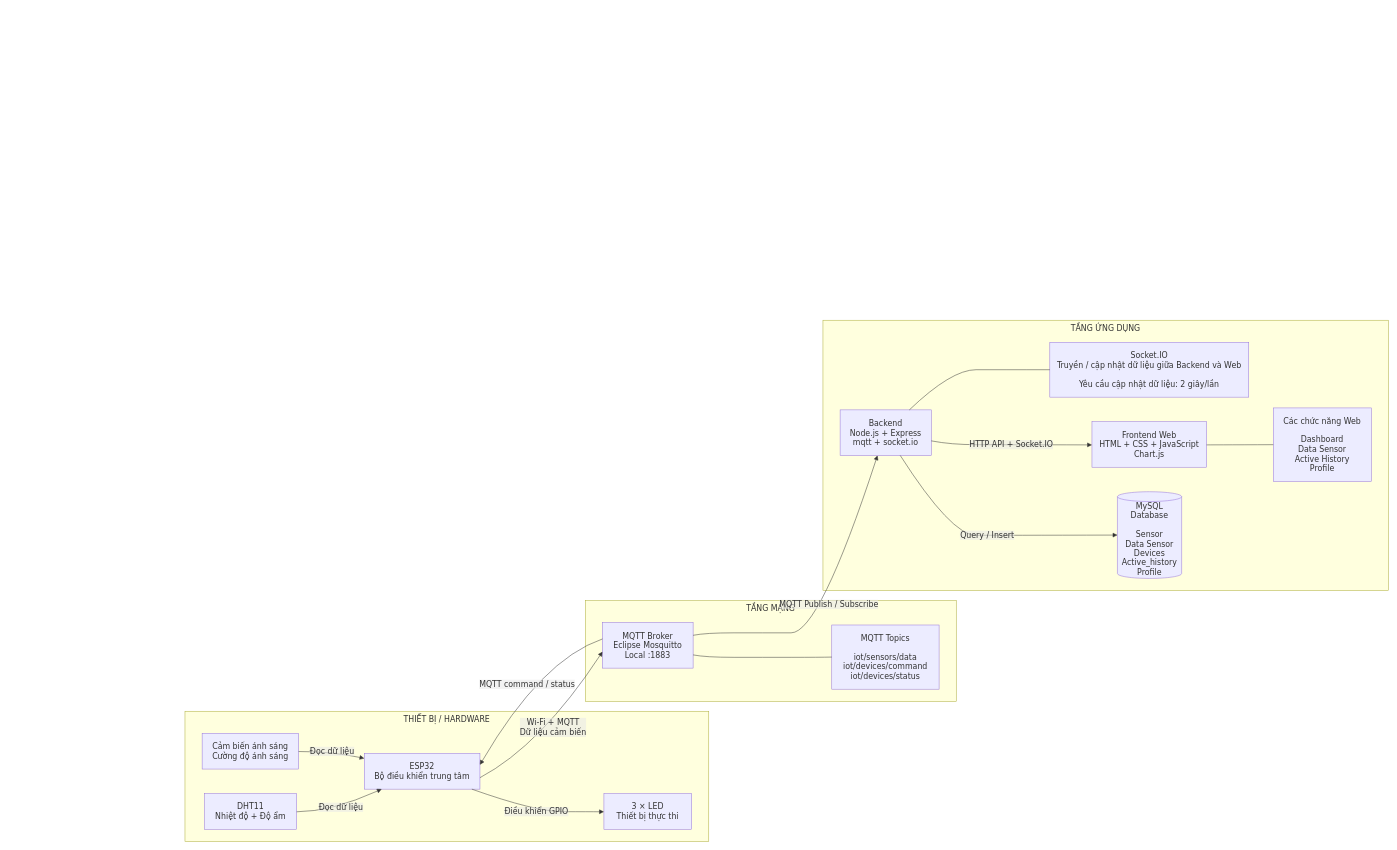
The draw.io diagram doc/drawio/Architecture Diagram.drawio in duongakrapovic/IOT-esp32, before the edit. Source tidied: cells renumbered, new cells numbered last; positions are measured from the earlier drawing's top-left corner, leaving out a move shared by most shapes. Both pictures are drawn from the tidied source at 49%, with x=0, y=0 at pixel (185, 320).
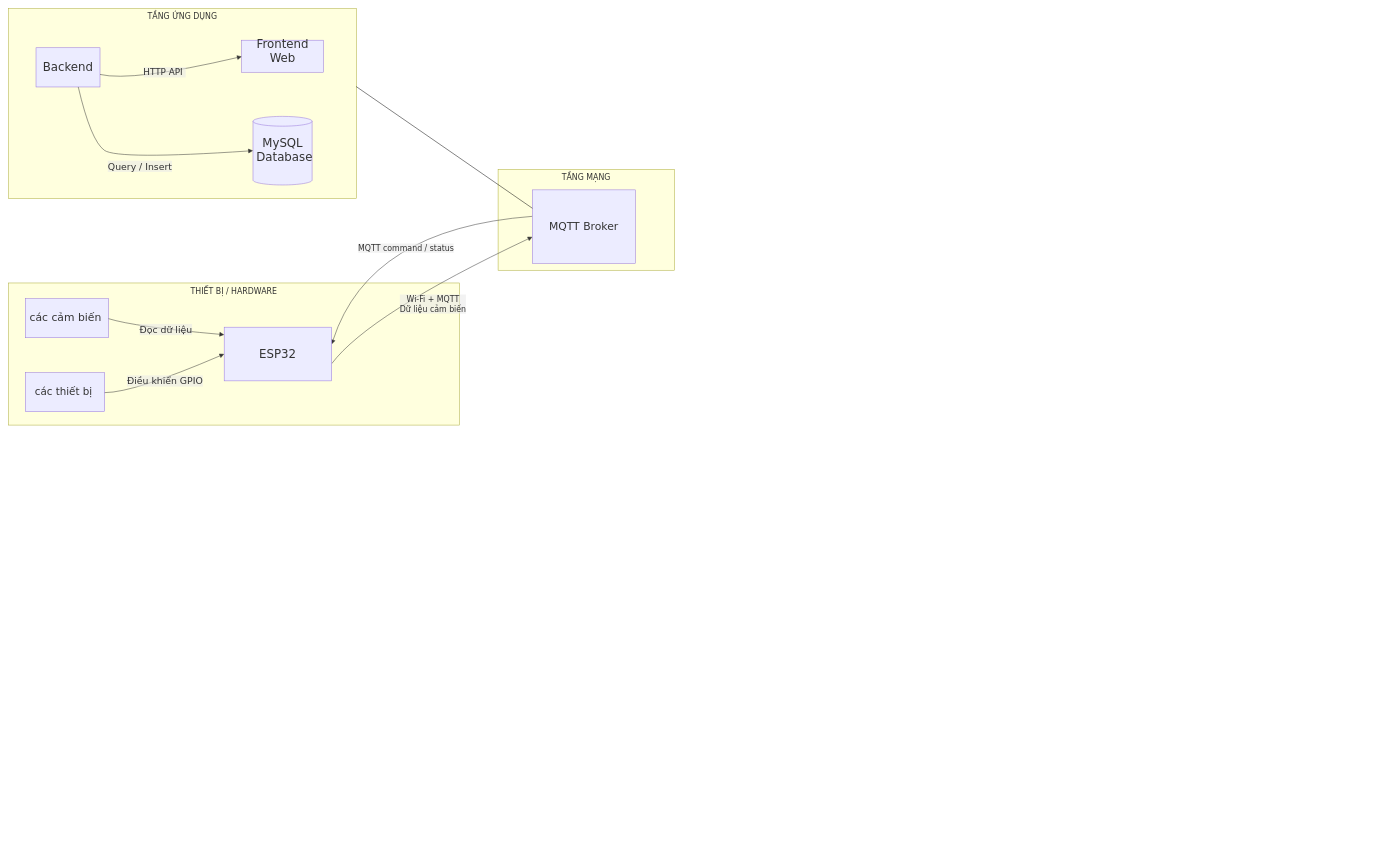
The same diagram, later.

Unchanged cells that the change refers to:
```xml
<mxCell id="2" style="group;transparentBounds=1;editIcon=1;lockedGroup=0;groupPadding=10;" parent="1" vertex="1">
  <mxGeometry x="600" y="524" as="geometry" />
</mxCell>
```

What changed in the source:
```diff
@@
     <mxCell id="3" value="THIẾT BỊ / HARDWARE" style="html=1;whiteSpace=wrap;strokeWidth=1;verticalAlign=top;fillColor=light-dark(#ffffde,#1f2020);strokeColor=light-dark(#aaaa33,#cccccc);fontColor=light-dark(#333333,#cccccc);fontFamily=Trebuchet MS,Verdana,Arial,sans-serif;fontSize=16;" parent="2" vertex="1">
-      <mxGeometry x="-600" y="274" width="1069" height="266" as="geometry" />
+      <mxGeometry x="-960" y="-600" width="920" height="290" as="geometry" />
     </mxCell>
-    <mxCell id="4" value="DHT11&#10;Nhiệt độ + Độ ẩm" style="html=1;whiteSpace=wrap;strokeWidth=1;fillColor=light-dark(#ECECFF,#1f2020);strokeColor=light-dark(#9370DB,#cccccc);fontColor=light-dark(#333333,#cccccc);fontFamily=Trebuchet MS,Verdana,Arial,sans-serif;fontSize=16;" parent="3" vertex="1">
-      <mxGeometry x="40" y="168" width="188" height="73" as="geometry" />
-    </mxCell>
-    <mxCell id="5" value="Cảm biến ánh sáng&#10;Cường độ ánh sáng" style="html=1;whiteSpace=wrap;strokeWidth=1;fillColor=light-dark(#ECECFF,#1f2020);strokeColor=light-dark(#9370DB,#cccccc);fontColor=light-dark(#333333,#cccccc);fontFamily=Trebuchet MS,Verdana,Arial,sans-serif;fontSize=16;" parent="3" vertex="1">
-      <mxGeometry x="35" y="45" width="197" height="73" as="geometry" />
-    </mxCell>
-    <mxCell id="6" value="ESP32&#10;Bộ điều khiển trung tâm" style="html=1;whiteSpace=wrap;strokeWidth=1;fillColor=light-dark(#ECECFF,#1f2020);strokeColor=light-dark(#9370DB,#cccccc);fontColor=light-dark(#333333,#cccccc);fontFamily=Trebuchet MS,Verdana,Arial,sans-serif;fontSize=16;" parent="3" vertex="1">
-      <mxGeometry x="366" y="86" width="236" height="73" as="geometry" />
-    </mxCell>
-    <mxCell id="7" value="3 × LED&#10;Thiết bị thực thi" style="html=1;whiteSpace=wrap;strokeWidth=1;fillColor=light-dark(#ECECFF,#1f2020);strokeColor=light-dark(#9370DB,#cccccc);fontColor=light-dark(#333333,#cccccc);fontFamily=Trebuchet MS,Verdana,Arial,sans-serif;fontSize=16;" parent="3" vertex="1">
-      <mxGeometry x="855" y="168" width="179" height="73" as="geometry" />
-    </mxCell>
-    <mxCell id="8" value="Đọc dữ liệu" style="curved=1;startArrow=none;endArrow=block;endSize=7;strokeColor=light-dark(#333333,#cccccc);html=1;fontSize=16;labelBackgroundColor=light-dark(#E8E8E88D,#2a2a2a8D);fontFamily=Trebuchet MS,Verdana,Arial,sans-serif;fontColor=light-dark(#333333,#cccccc);exitX=1;exitY=0.51;entryX=0.15;entryY=1;rounded=0;" parent="3" edge="1" source="4" target="6">
-      <mxGeometry relative="1" as="geometry">
-        <Array as="points">
-          <mxPoint x="299" y="205" />
-        </Array>
-      </mxGeometry>
-    </mxCell>
-    <mxCell id="9" value="Đọc dữ liệu" style="curved=1;startArrow=none;endArrow=block;endSize=7;strokeColor=light-dark(#333333,#cccccc);html=1;fontSize=16;labelBackgroundColor=light-dark(#E8E8E88D,#2a2a2a8D);fontFamily=Trebuchet MS,Verdana,Arial,sans-serif;fontColor=light-dark(#333333,#cccccc);exitX=1;exitY=0.51;entryX=0;entryY=0.14;rounded=0;" parent="3" edge="1" source="5" target="6">
-      <mxGeometry relative="1" as="geometry">
-        <Array as="points">
-          <mxPoint x="299" y="82" />
-        </Array>
-      </mxGeometry>
-    </mxCell>
-    <mxCell id="10" value="Điều khiển GPIO" style="curved=1;startArrow=none;endArrow=block;endSize=7;strokeColor=light-dark(#333333,#cccccc);html=1;fontSize=16;labelBackgroundColor=light-dark(#E8E8E88D,#2a2a2a8D);fontFamily=Trebuchet MS,Verdana,Arial,sans-serif;fontColor=light-dark(#333333,#cccccc);exitX=0.93;exitY=1;entryX=0;entryY=0.51;rounded=0;" parent="3" edge="1" source="6" target="7">
-      <mxGeometry relative="1" as="geometry">
-        <Array as="points">
-          <mxPoint x="715" y="205" />
-          <mxPoint x="827" y="205" />
-        </Array>
-      </mxGeometry>
-    </mxCell>
+    <mxCell id="28" value="&lt;font style=&quot;font-size: 21px;&quot;&gt;các thiết bị&lt;/font&gt;&amp;nbsp;" style="html=1;whiteSpace=wrap;strokeWidth=1;fillColor=light-dark(#ECECFF,#1f2020);strokeColor=light-dark(#9370DB,#cccccc);fontColor=light-dark(#333333,#cccccc);fontFamily=Trebuchet MS,Verdana,Arial,sans-serif;fontSize=16;" parent="3" vertex="1">
+      <mxGeometry x="34.4" y="183.2" width="161.8" height="79.6" as="geometry" />
+    </mxCell>
+    <mxCell id="29" value="&lt;font style=&quot;font-size: 22px;&quot;&gt;các cảm biến&lt;/font&gt;&amp;nbsp;" style="html=1;whiteSpace=wrap;strokeWidth=1;fillColor=light-dark(#ECECFF,#1f2020);strokeColor=light-dark(#9370DB,#cccccc);fontColor=light-dark(#333333,#cccccc);fontFamily=Trebuchet MS,Verdana,Arial,sans-serif;fontSize=16;" parent="3" vertex="1">
+      <mxGeometry x="34.4" y="32.2" width="169.5" height="79.6" as="geometry" />
+    </mxCell>
     <mxCell id="11" value="TẦNG MẠNG" style="html=1;whiteSpace=wrap;strokeWidth=1;verticalAlign=top;fillColor=light-dark(#ffffde,#1f2020);strokeColor=light-dark(#aaaa33,#cccccc);fontColor=light-dark(#333333,#cccccc);fontFamily=Trebuchet MS,Verdana,Arial,sans-serif;fontSize=16;" parent="2" vertex="1">
-      <mxGeometry x="217" y="48" width="757" height="206" as="geometry" />
+      <mxGeometry x="39" y="-832" width="360" height="206" as="geometry" />
     </mxCell>
-    <mxCell id="12" value="MQTT Broker&#10;Eclipse Mosquitto&#10;Local :1883" style="html=1;whiteSpace=wrap;strokeWidth=1;fillColor=light-dark(#ECECFF,#1f2020);strokeColor=light-dark(#9370DB,#cccccc);fontColor=light-dark(#333333,#cccccc);fontFamily=Trebuchet MS,Verdana,Arial,sans-serif;fontSize=16;" parent="11" vertex="1">
-      <mxGeometry x="35" y="45" width="185" height="93" as="geometry" />
-    </mxCell>
-    <mxCell id="13" value="MQTT Topics&#10;&#10;iot/sensors/data&#10;iot/devices/command&#10;iot/devices/status" style="html=1;whiteSpace=wrap;strokeWidth=1;fillColor=light-dark(#ECECFF,#1f2020);strokeColor=light-dark(#9370DB,#cccccc);fontColor=light-dark(#333333,#cccccc);fontFamily=Trebuchet MS,Verdana,Arial,sans-serif;fontSize=16;" parent="11" vertex="1">
-      <mxGeometry x="503" y="50" width="219" height="131" as="geometry" />
-    </mxCell>
-    <mxCell id="14" style="curved=1;startArrow=none;endArrow=none;strokeColor=light-dark(#333333,#cccccc);exitX=1;exitY=0.71;entryX=0;entryY=0.5;rounded=0;" parent="11" edge="1" source="12" target="13">
-      <mxGeometry relative="1" as="geometry">
-        <Array as="points">
-          <mxPoint x="245" y="116" />
-          <mxPoint x="362" y="116" />
-          <mxPoint x="478" y="116" />
-        </Array>
-      </mxGeometry>
-    </mxCell>
     <mxCell id="15" value="TẦNG ỨNG DỤNG" style="html=1;whiteSpace=wrap;strokeWidth=1;verticalAlign=top;fillColor=light-dark(#ffffde,#1f2020);strokeColor=light-dark(#aaaa33,#cccccc);fontColor=light-dark(#333333,#cccccc);fontFamily=Trebuchet MS,Verdana,Arial,sans-serif;fontSize=16;" parent="2" vertex="1">
-      <mxGeometry x="702" y="-524" width="1154" height="552" as="geometry" />
+      <mxGeometry x="-960" y="-1160" width="710" height="388" as="geometry" />
     </mxCell>
-    <mxCell id="16" value="Backend&#10;Node.js + Express&#10;mqtt + socket.io" style="html=1;whiteSpace=wrap;strokeWidth=1;fillColor=light-dark(#ECECFF,#1f2020);strokeColor=light-dark(#9370DB,#cccccc);fontColor=light-dark(#333333,#cccccc);fontFamily=Trebuchet MS,Verdana,Arial,sans-serif;fontSize=16;" parent="15" vertex="1">
-      <mxGeometry x="35" y="183" width="186" height="93" as="geometry" />
-    </mxCell>
-    <mxCell id="17" value="MySQL Database&#10;&#10;Sensor&#10;Data Sensor&#10;Devices&#10;Active_history&#10;Profile" style="html=1;shape=cylinder3;boundedLbl=1;backgroundOutline=1;size=10;strokeWidth=1;whiteSpace=wrap;fillColor=light-dark(#ECECFF,#1f2020);strokeColor=light-dark(#9370DB,#cccccc);fontColor=light-dark(#333333,#cccccc);fontFamily=Trebuchet MS,Verdana,Arial,sans-serif;fontSize=16;" parent="15" vertex="1">
-      <mxGeometry x="601" y="350" width="131" height="177" as="geometry" />
-    </mxCell>
-    <mxCell id="18" value="Frontend Web&#10;HTML + CSS + JavaScript&#10;Chart.js" style="html=1;whiteSpace=wrap;strokeWidth=1;fillColor=light-dark(#ECECFF,#1f2020);strokeColor=light-dark(#9370DB,#cccccc);fontColor=light-dark(#333333,#cccccc);fontFamily=Trebuchet MS,Verdana,Arial,sans-serif;fontSize=16;" parent="15" vertex="1">
-      <mxGeometry x="549" y="207" width="234" height="93" as="geometry" />
-    </mxCell>
-    <mxCell id="19" value="Các chức năng Web&#10;&#10;Dashboard&#10;Data Sensor&#10;Active History&#10;Profile" style="html=1;whiteSpace=wrap;strokeWidth=1;fillColor=light-dark(#ECECFF,#1f2020);strokeColor=light-dark(#9370DB,#cccccc);fontColor=light-dark(#333333,#cccccc);fontFamily=Trebuchet MS,Verdana,Arial,sans-serif;fontSize=16;" parent="15" vertex="1">
-      <mxGeometry x="919" y="179" width="200" height="150" as="geometry" />
-    </mxCell>
-    <mxCell id="20" value="Socket.IO&#10;Truyền / cập nhật dữ liệu giữa Backend và Web&#10;&#10;Yêu cầu cập nhật dữ liệu: 2 giây/lần" style="html=1;whiteSpace=wrap;strokeWidth=1;fillColor=light-dark(#ECECFF,#1f2020);strokeColor=light-dark(#9370DB,#cccccc);fontColor=light-dark(#333333,#cccccc);fontFamily=Trebuchet MS,Verdana,Arial,sans-serif;fontSize=16;" parent="15" vertex="1">
-      <mxGeometry x="463" y="45" width="406" height="112" as="geometry" />
-    </mxCell>
-    <mxCell id="21" style="curved=1;startArrow=none;endArrow=none;strokeColor=light-dark(#333333,#cccccc);exitX=1;exitY=0.51;entryX=0;entryY=0.5;rounded=0;" parent="15" edge="1" source="18" target="19">
-      <mxGeometry relative="1" as="geometry" />
-    </mxCell>
-    <mxCell id="22" style="curved=1;startArrow=none;endArrow=none;strokeColor=light-dark(#333333,#cccccc);exitX=0.76;exitY=0;entryX=0;entryY=0.5;rounded=0;" parent="15" edge="1" source="16" target="20">
-      <mxGeometry relative="1" as="geometry">
-        <Array as="points">
-          <mxPoint x="262" y="101" />
-          <mxPoint x="363" y="101" />
-        </Array>
-      </mxGeometry>
-    </mxCell>
+    <mxCell id="30" value="&lt;font style=&quot;font-size: 24px;&quot;&gt;Backend&lt;/font&gt;" style="html=1;whiteSpace=wrap;strokeWidth=1;fillColor=light-dark(#ECECFF,#1f2020);strokeColor=light-dark(#9370DB,#cccccc);fontColor=light-dark(#333333,#cccccc);fontFamily=Trebuchet MS,Verdana,Arial,sans-serif;fontSize=16;" parent="15" vertex="1">
+      <mxGeometry x="56" y="80" width="130.6" height="80" as="geometry" />
+    </mxCell>
+    <mxCell id="31" value="&lt;font style=&quot;font-size: 24px;&quot;&gt;MySQL&lt;/font&gt;&lt;div&gt;&lt;font style=&quot;font-size: 24px;&quot;&gt;&amp;nbsp;Database&lt;/font&gt;&lt;br&gt;&lt;div&gt;&lt;br&gt;&lt;/div&gt;&lt;/div&gt;" style="html=1;shape=cylinder3;boundedLbl=1;backgroundOutline=1;size=10;strokeWidth=1;whiteSpace=wrap;fillColor=light-dark(#ECECFF,#1f2020);strokeColor=light-dark(#9370DB,#cccccc);fontColor=light-dark(#333333,#cccccc);fontFamily=Trebuchet MS,Verdana,Arial,sans-serif;fontSize=16;" parent="15" vertex="1">
+      <mxGeometry x="498.8" y="220" width="120.7" height="140" as="geometry" />
+    </mxCell>
+    <mxCell id="32" value="&lt;font style=&quot;font-size: 24px;&quot;&gt;Frontend Web&lt;/font&gt;&lt;div&gt;&lt;br&gt;&lt;/div&gt;" style="html=1;whiteSpace=wrap;strokeWidth=1;fillColor=light-dark(#ECECFF,#1f2020);strokeColor=light-dark(#9370DB,#cccccc);fontColor=light-dark(#333333,#cccccc);fontFamily=Trebuchet MS,Verdana,Arial,sans-serif;fontSize=16;" parent="15" vertex="1">
+      <mxGeometry x="475.8" y="64.5" width="166.7" height="65.4" as="geometry" />
+    </mxCell>
-    <mxCell id="23" value="Query / Insert" style="curved=1;startArrow=none;endArrow=block;endSize=7;strokeColor=light-dark(#333333,#cccccc);html=1;fontSize=16;labelBackgroundColor=light-dark(#E8E8E88D,#2a2a2a8D);fontFamily=Trebuchet MS,Verdana,Arial,sans-serif;fontColor=light-dark(#333333,#cccccc);exitX=0.66;exitY=1;entryX=0;entryY=0.5;rounded=0;" parent="15" edge="1" source="16" target="17">
-      <mxGeometry relative="1" as="geometry">
+    <mxCell id="23" value="&lt;font style=&quot;font-size: 19px;&quot;&gt;Query / Insert&lt;/font&gt;" style="curved=1;startArrow=none;endArrow=block;endSize=7;strokeColor=light-dark(#333333,#cccccc);html=1;fontSize=16;labelBackgroundColor=light-dark(#E8E8E88D,#2a2a2a8D);fontFamily=Trebuchet MS,Verdana,Arial,sans-serif;fontColor=light-dark(#333333,#cccccc);exitX=0.66;exitY=1;entryX=0;entryY=0.5;rounded=0;" parent="15" edge="1" source="30" target="31">
+      <mxGeometry x="-0.02" y="-16" relative="1" as="geometry">
         <Array as="points">
-          <mxPoint x="262" y="439" />
-          <mxPoint x="363" y="439" />
+          <mxPoint x="167.9" y="270" />
+          <mxPoint x="223.3" y="308.6" />
         </Array>
       </mxGeometry>
     </mxCell>
-    <mxCell id="24" value="HTTP API + Socket.IO" style="curved=1;startArrow=none;endArrow=block;endSize=7;strokeColor=light-dark(#333333,#cccccc);html=1;fontSize=16;labelBackgroundColor=light-dark(#E8E8E88D,#2a2a2a8D);fontFamily=Trebuchet MS,Verdana,Arial,sans-serif;fontColor=light-dark(#333333,#cccccc);exitX=1;exitY=0.68;entryX=0;entryY=0.51;rounded=0;" parent="15" edge="1" source="16" target="18">
-      <mxGeometry relative="1" as="geometry">
-        <Array as="points">
-          <mxPoint x="262" y="254" />
-          <mxPoint x="363" y="254" />
-        </Array>
-      </mxGeometry>
-    </mxCell>
+    <mxCell id="33" value="&lt;font style=&quot;font-size: 18px;&quot;&gt;HTTP API&amp;nbsp;&lt;/font&gt;" style="curved=1;startArrow=none;endArrow=block;endSize=7;strokeColor=light-dark(#333333,#cccccc);html=1;fontSize=16;labelBackgroundColor=light-dark(#E8E8E88D,#2a2a2a8D);fontFamily=Trebuchet MS,Verdana,Arial,sans-serif;fontColor=light-dark(#333333,#cccccc);exitX=1;exitY=0.68;entryX=0;entryY=0.51;rounded=0;" parent="15" edge="1" source="30" target="32">
+      <mxGeometry x="-0.09" y="5" relative="1" as="geometry">
+        <Array as="points">
+          <mxPoint x="251.9" y="150" />
+        </Array>
+        <mxPoint x="1" as="offset" />
+      </mxGeometry>
+    </mxCell>
-    <mxCell id="25" value="Wi-Fi + MQTT&#10;Dữ liệu cảm biến" style="curved=1;startArrow=none;endArrow=block;endSize=7;strokeColor=light-dark(#333333,#cccccc);html=1;fontSize=16;labelBackgroundColor=light-dark(#E8E8E88D,#2a2a2a8D);fontFamily=Trebuchet MS,Verdana,Arial,sans-serif;fontColor=light-dark(#333333,#cccccc);exitX=1;exitY=0.68;entryX=0;entryY=0.64;rounded=0;" parent="2" edge="1" source="6" target="12">
-      <mxGeometry relative="1" as="geometry">
+    <mxCell id="25" value="Wi-Fi + MQTT&#10;Dữ liệu cảm biến" style="curved=1;startArrow=none;endArrow=block;endSize=7;strokeColor=light-dark(#333333,#cccccc);html=1;fontSize=16;labelBackgroundColor=light-dark(#E8E8E88D,#2a2a2a8D);fontFamily=Trebuchet MS,Verdana,Arial,sans-serif;fontColor=light-dark(#333333,#cccccc);exitX=1;exitY=0.68;entryX=0;entryY=0.64;rounded=0;" parent="2" edge="1" source="36" target="34">
+      <mxGeometry x="0.02" y="-37" relative="1" as="geometry">
         <Array as="points">
-          <mxPoint x="127" y="343" />
+          <mxPoint x="-224" y="-537" />
         </Array>
+        <mxPoint x="1" as="offset" />
       </mxGeometry>
     </mxCell>
-    <mxCell id="26" value="MQTT command / status" style="curved=1;startArrow=none;endArrow=block;endSize=7;strokeColor=light-dark(#333333,#cccccc);html=1;fontSize=16;labelBackgroundColor=light-dark(#E8E8E88D,#2a2a2a8D);fontFamily=Trebuchet MS,Verdana,Arial,sans-serif;fontColor=light-dark(#333333,#cccccc);exitX=0;exitY=0.36;entryX=1;entryY=0.32;rounded=0;" parent="2" edge="1" source="12" target="6">
-      <mxGeometry relative="1" as="geometry">
+    <mxCell id="26" value="MQTT command / status" style="curved=1;startArrow=none;endArrow=block;endSize=7;strokeColor=light-dark(#333333,#cccccc);html=1;fontSize=16;labelBackgroundColor=light-dark(#E8E8E88D,#2a2a2a8D);fontFamily=Trebuchet MS,Verdana,Arial,sans-serif;fontColor=light-dark(#333333,#cccccc);exitX=0;exitY=0.36;entryX=1;entryY=0.32;rounded=0;" parent="2" edge="1" source="34" target="36">
+      <mxGeometry x="-0.1" y="46" relative="1" as="geometry">
         <Array as="points">
-          <mxPoint x="127" y="169" />
+          <mxPoint x="-224" y="-711" />
         </Array>
       </mxGeometry>
     </mxCell>
-    <mxCell id="27" value="MQTT Publish / Subscribe" style="curved=1;startArrow=none;endArrow=block;endSize=7;strokeColor=light-dark(#333333,#cccccc);html=1;fontSize=16;labelBackgroundColor=light-dark(#E8E8E88D,#2a2a2a8D);fontFamily=Trebuchet MS,Verdana,Arial,sans-serif;fontColor=light-dark(#333333,#cccccc);exitX=1;exitY=0.28;entryX=0.41;entryY=1;rounded=0;" parent="2" edge="1" source="12" target="16">
-      <mxGeometry relative="1" as="geometry">
-        <Array as="points">
-          <mxPoint x="462" y="114" />
-          <mxPoint x="579" y="114" />
-          <mxPoint x="695" y="114" />
-        </Array>
-      </mxGeometry>
-    </mxCell>
+    <mxCell id="34" value="&lt;font style=&quot;font-size: 22px;&quot;&gt;MQTT Broker&lt;br&gt;&lt;/font&gt;" style="html=1;whiteSpace=wrap;strokeWidth=1;fillColor=light-dark(#ECECFF,#1f2020);strokeColor=light-dark(#9370DB,#cccccc);fontColor=light-dark(#333333,#cccccc);fontFamily=Trebuchet MS,Verdana,Arial,sans-serif;fontSize=16;" parent="2" vertex="1">
+      <mxGeometry x="109" y="-790" width="210" height="150" as="geometry" />
+    </mxCell>
+    <mxCell id="35" style="endArrow=none;html=1;rounded=0;entryX=0.999;entryY=0.41;entryDx=0;entryDy=0;entryPerimeter=0;exitX=0;exitY=0.25;exitDx=0;exitDy=0;" parent="2" edge="1" source="34" target="15">
+      <mxGeometry relative="1" as="geometry" />
+    </mxCell>
+    <mxCell id="36" value="&lt;font style=&quot;&quot;&gt;&lt;font style=&quot;font-size: 24px;&quot;&gt;ESP32&lt;/font&gt;&lt;br&gt;&lt;/font&gt;" style="html=1;whiteSpace=wrap;strokeWidth=1;fillColor=light-dark(#ECECFF,#1f2020);strokeColor=light-dark(#9370DB,#cccccc);fontColor=light-dark(#333333,#cccccc);fontFamily=Trebuchet MS,Verdana,Arial,sans-serif;fontSize=16;" parent="2" vertex="1">
+      <mxGeometry x="-520" y="-509.8" width="219.4" height="109.6" as="geometry" />
+    </mxCell>
+    <mxCell id="37" value="&lt;font style=&quot;font-size: 19px;&quot;&gt;Đọc dữ liệu&lt;/font&gt;" style="curved=1;startArrow=none;endArrow=block;endSize=7;strokeColor=light-dark(#333333,#cccccc);html=1;fontSize=16;labelBackgroundColor=light-dark(#E8E8E88D,#2a2a2a8D);fontFamily=Trebuchet MS,Verdana,Arial,sans-serif;fontColor=light-dark(#333333,#cccccc);exitX=1;exitY=0.51;entryX=0;entryY=0.14;rounded=0;" parent="2" edge="1" source="29" target="36">
+      <mxGeometry relative="1" as="geometry">
+        <Array as="points">
+          <mxPoint x="-702.7" y="-510.6" />
+        </Array>
+      </mxGeometry>
+    </mxCell>
+    <mxCell id="10" value="&lt;font style=&quot;font-size: 19px;&quot;&gt;Điều khiển GPIO&lt;/font&gt;" style="curved=1;startArrow=none;endArrow=block;endSize=7;strokeColor=light-dark(#333333,#cccccc);html=1;fontSize=16;labelBackgroundColor=light-dark(#E8E8E88D,#2a2a2a8D);fontFamily=Trebuchet MS,Verdana,Arial,sans-serif;fontColor=light-dark(#333333,#cccccc);exitX=1;exitY=0.51;entryX=0;entryY=0.5;rounded=0;entryDx=0;entryDy=0;" parent="2" edge="1" source="28" target="36">
+      <mxGeometry x="-0.02" y="-3" relative="1" as="geometry">
+        <Array as="points">
+          <mxPoint x="-702.7" y="-376.5" />
+        </Array>
+      </mxGeometry>
+    </mxCell>
```
